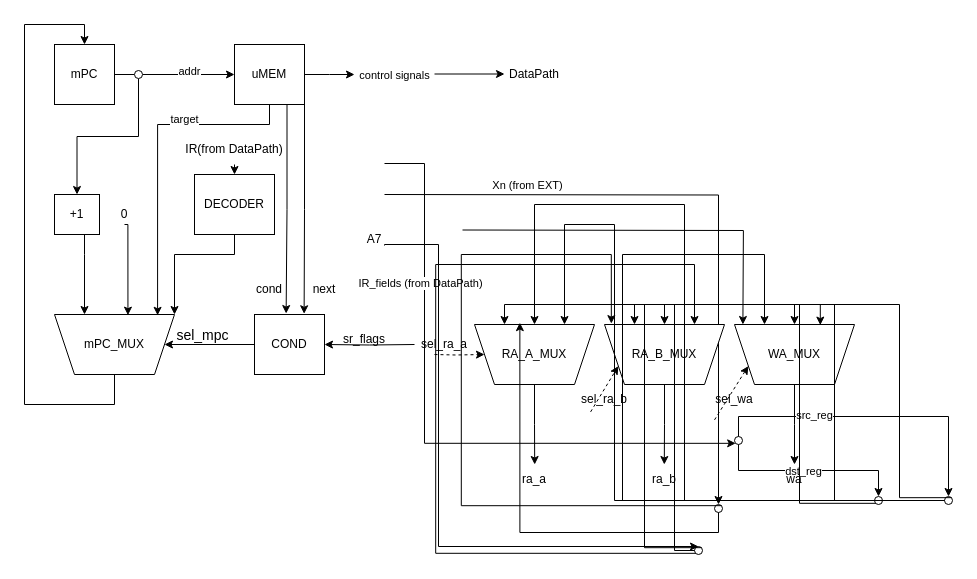
Above: page "CU" (2 of 2) of m68k-schematic.drawio in Ar0xT/csa-lab3-schematic (draw.io), before the change. Source tidied: cells renumbered, new cells numbered last; positions are measured from the earlier drawing's top-left corner, leaving out a move shared by most shapes. Both pictures are drawn from the tidied source at 100%, with x=0, y=0 at pixel (24, 24).
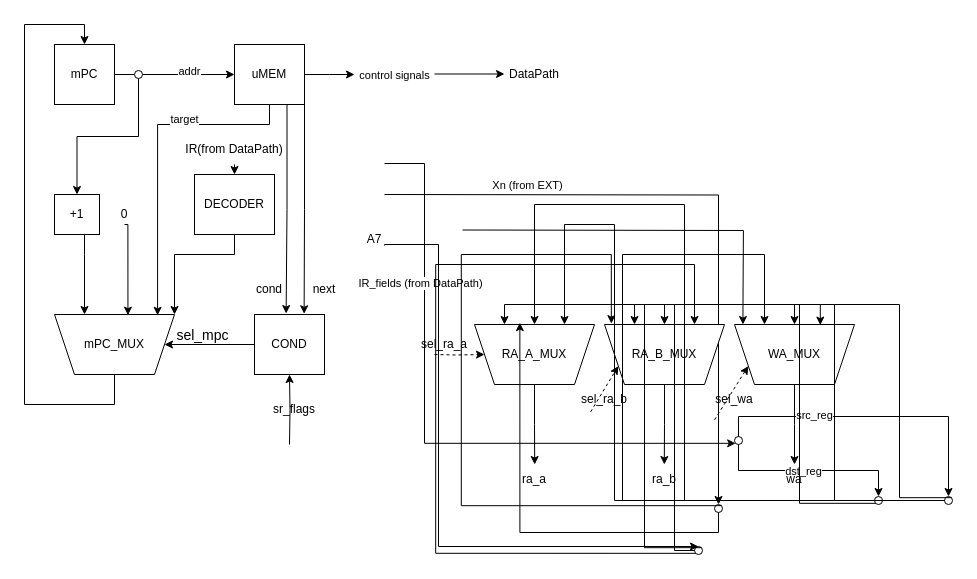
Above is the later version.

Unchanged cells that the change refers to:
```xml
<mxCell id="28" value="COND" style="rounded=0;whiteSpace=wrap;html=1;" parent="1" vertex="1">
  <mxGeometry x="230" y="290" width="70" height="60" as="geometry" />
</mxCell>
```

What changed in the source:
```diff
@@
-    <mxCell id="32" style="endArrow=classic;html=1;rounded=0;strokeColor=default;align=center;verticalAlign=middle;fontFamily=Helvetica;fontSize=11;fontColor=default;labelBackgroundColor=default;defaultLabelBackgroundColor=page;edgeStyle=orthogonalEdgeStyle;entryX=1;entryY=0.5;entryDx=0;entryDy=0;" parent="1" edge="1" target="28">
-      <mxGeometry relative="1" as="geometry">
-        <mxPoint x="390" y="320" as="sourcePoint" />
+    <mxCell id="32" style="endArrow=classic;html=1;rounded=0;strokeColor=default;align=center;verticalAlign=middle;fontFamily=Helvetica;fontSize=11;fontColor=default;labelBackgroundColor=default;defaultLabelBackgroundColor=page;edgeStyle=orthogonalEdgeStyle;entryX=0.5;entryY=1;entryDx=0;entryDy=0;" parent="1" edge="1" target="28">
+      <mxGeometry x="-0.52" relative="1" as="geometry">
+        <mxPoint x="265" y="420" as="sourcePoint" />
       </mxGeometry>
     </mxCell>
     <mxCell id="33" value="sr_flags" style="text;html=1;whiteSpace=wrap;strokeColor=none;fillColor=none;align=center;verticalAlign=middle;rounded=0;" parent="1" vertex="1">
-      <mxGeometry x="310" y="300" width="60" height="30" as="geometry" />
+      <mxGeometry x="240" y="370" width="60" height="30" as="geometry" />
     </mxCell>
```
